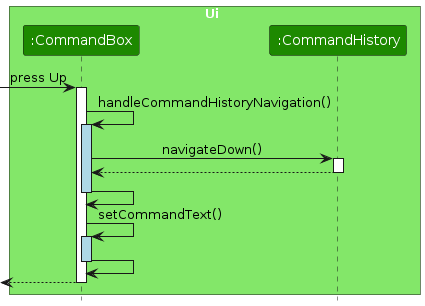
This is diagrams/CommandHistoryDownSequenceDiagram.png from AY2526S2-CS2103-F08-4/tp, a PlantUML export, as it was before one commit. Its source is kept beside it as diagrams/CommandHistoryDownSequenceDiagram.puml. Its diagram source:
```plantuml
@startuml

!include style.puml
skinparam ArrowFontStyle plain

box Ui UI_COLOR_T1
participant ":CommandBox" as CommandBox UI_COLOR
participant ":CommandHistory" as CommandHistory UI_COLOR
end box

-> CommandBox : press Up
activate CommandBox

CommandBox -> CommandBox : handleCommandHistoryNavigation()
activate CommandBox #LightBlue

CommandBox -> CommandHistory : navigateDown()
activate CommandHistory

CommandHistory --> CommandBox
deactivate CommandHistory


CommandBox -> CommandBox
deactivate CommandBox

CommandBox -> CommandBox : setCommandText()
activate CommandBox #LightBlue
CommandBox -> CommandBox
deactivate CommandBox

<-- CommandBox
deactivate CommandBox

@enduml
```
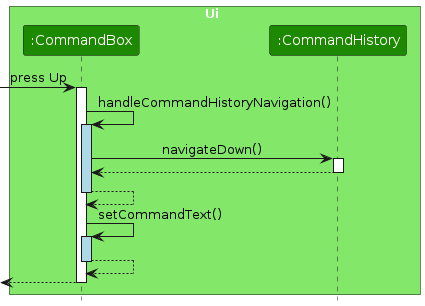
The same diagram one commit later.

The edit, as a diff of the source:
```diff
@@ -21,12 +21,12 @@
 deactivate CommandHistory
 
 
-CommandBox -> CommandBox
+CommandBox --> CommandBox
 deactivate CommandBox
 
 CommandBox -> CommandBox : setCommandText()
 activate CommandBox #LightBlue
-CommandBox -> CommandBox
+CommandBox --> CommandBox
 deactivate CommandBox
 
 <-- CommandBox
```
